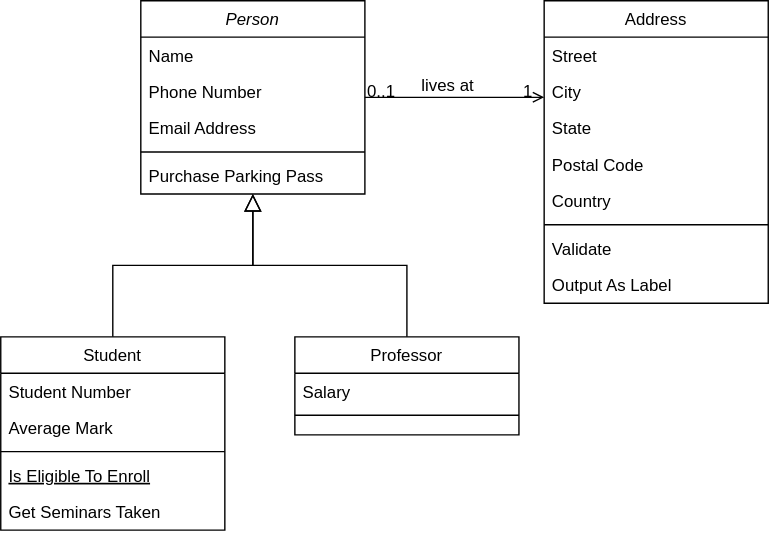
The draw.io diagram class.drawio.svg in ryosuke424/SoftwareEngineering, before a commit. Source tidied: cells renumbered, new cells last; positions are measured from the earlier drawing's top-left corner, leaving out a move shared by most shapes.
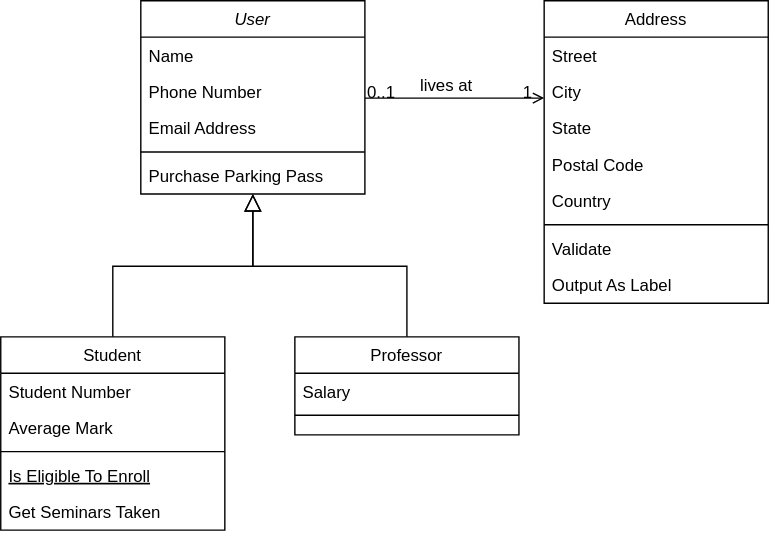
Later version of the same file.

Commit message:
class.drawio.svg を更新します

What changed in the source:
```diff
@@ -2,7 +2,7 @@
   <root>
     <mxCell id="0" />
     <mxCell id="1" parent="0" />
-    <mxCell id="2" value="Person" style="swimlane;fontStyle=2;align=center;verticalAlign=top;horizontal=1;startSize=26;rounded=0;shadow=0;strokeWidth=1;" parent="1" vertex="1">
+    <mxCell id="2" value="User" style="swimlane;fontStyle=2;align=center;verticalAlign=top;horizontal=1;startSize=26;rounded=0;shadow=0;strokeWidth=1;" parent="1" vertex="1">
       <mxGeometry x="100" width="160" height="138" as="geometry" />
     </mxCell>
     <mxCell id="3" value="Name" style="text;align=left;verticalAlign=top;spacingLeft=4;spacingRight=4;overflow=hidden;" parent="2" vertex="1">
```
